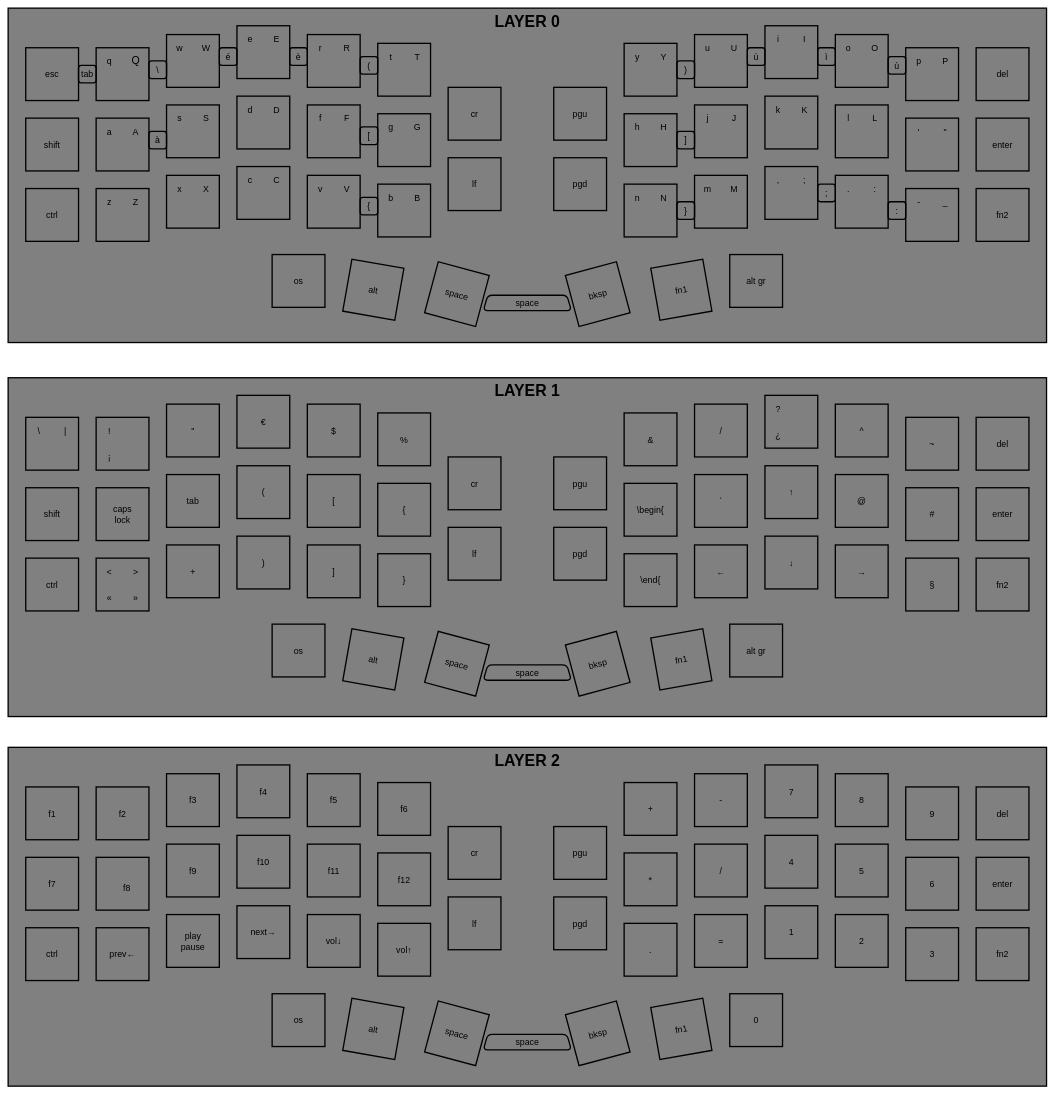
Earlier version of the draw.io diagram layout.dio (dellarosciagiorgio/crkbd). Source tidied: cells renumbered, new cells numbered last; positions are measured from the earlier drawing's top-left corner, leaving out a move shared by most shapes. Both pictures are drawn from the tidied source at 44%, with x=0, y=0 at pixel (8, 8).
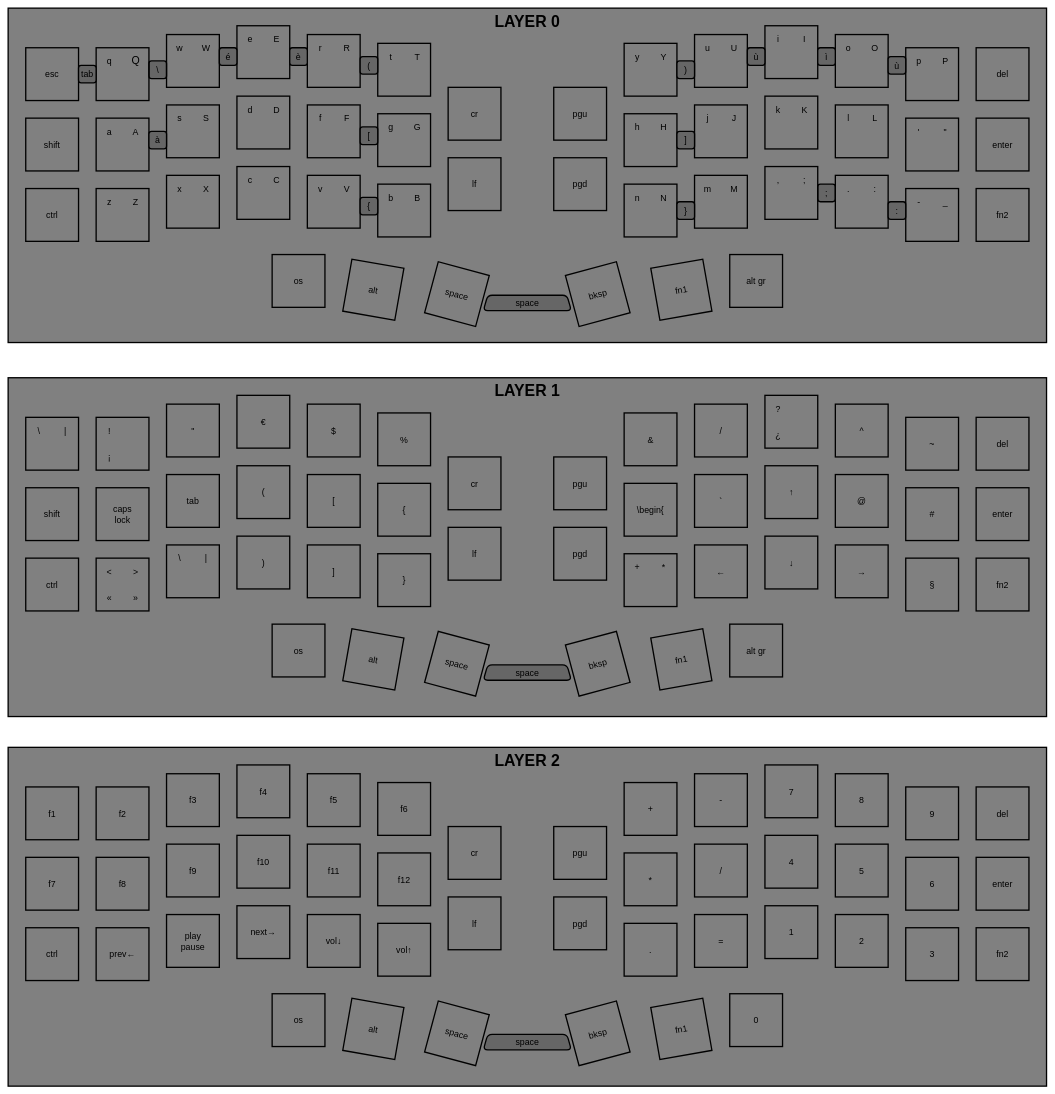
Above is the later version.

Change to the diagram source:
```diff
@@
+    <mxCell id="96" style="rounded=0;whiteSpace=wrap;html=1;fillColor=#808080;strokeWidth=3;strokeColor=#000000;fontColor=default;" parent="1" vertex="1">
+      <mxGeometry y="1680" width="2360" height="770" as="geometry" />
+    </mxCell>
+    <mxCell id="228" style="rounded=1;whiteSpace=wrap;html=1;strokeColor=#000000;strokeWidth=3;fillColor=#666666;fontColor=default;fillStyle=solid;" parent="1" vertex="1">
+      <mxGeometry x="1840" y="400" width="40" height="40" as="geometry" />
+    </mxCell>
+    <mxCell id="343" style="shape=trapezoid;perimeter=trapezoidPerimeter;whiteSpace=wrap;html=1;fixedSize=1;size=10;rounded=1;fillColor=#666666;strokeWidth=3;fillStyle=solid;" parent="1" vertex="1">
+      <mxGeometry x="1080" y="652.5" width="200" height="35" as="geometry" />
+    </mxCell>
+    <mxCell id="345" style="shape=trapezoid;perimeter=trapezoidPerimeter;whiteSpace=wrap;html=1;fixedSize=1;size=10;rounded=1;fillColor=#666666;strokeWidth=3;fillStyle=solid;" parent="1" vertex="1">
+      <mxGeometry x="1080" y="1492.5" width="200" height="35" as="geometry" />
+    </mxCell>
+    <mxCell id="347" style="shape=trapezoid;perimeter=trapezoidPerimeter;whiteSpace=wrap;html=1;fixedSize=1;size=10;rounded=1;fillColor=#666666;strokeWidth=3;fillStyle=solid;" parent="1" vertex="1">
+      <mxGeometry x="1080" y="2332.5" width="200" height="35" as="geometry" />
+    </mxCell>
+    <mxCell id="353" style="rounded=1;whiteSpace=wrap;html=1;strokeColor=#000000;strokeWidth=3;fillColor=#666666;fontColor=default;fillStyle=solid;" parent="1" vertex="1">
+      <mxGeometry x="320" y="120" width="40" height="40" as="geometry" />
+    </mxCell>
@@
-    <mxCell id="96" style="rounded=0;whiteSpace=wrap;html=1;fillColor=#808080;strokeWidth=3;strokeColor=#000000;fontColor=default;" parent="1" vertex="1">
-      <mxGeometry y="1680" width="2360" height="770" as="geometry" />
-    </mxCell>
@@
-    <mxCell id="206" style="rounded=1;whiteSpace=wrap;html=1;strokeColor=#000000;strokeWidth=3;fillColor=none;fontColor=default;" parent="1" vertex="1">
+    <mxCell id="206" style="rounded=1;whiteSpace=wrap;html=1;strokeColor=#000000;strokeWidth=3;fillColor=#666666;fontColor=default;fillStyle=solid;" parent="1" vertex="1">
       <mxGeometry x="800" y="110" width="40" height="40" as="geometry" />
     </mxCell>
@@
-    <mxCell id="208" style="rounded=1;whiteSpace=wrap;html=1;strokeColor=#000000;strokeWidth=3;fillColor=none;fontColor=default;" parent="1" vertex="1">
+    <mxCell id="208" style="rounded=1;whiteSpace=wrap;html=1;strokeColor=#000000;strokeWidth=3;fillColor=#666666;fontColor=default;fillStyle=solid;" parent="1" vertex="1">
       <mxGeometry x="800" y="270" width="40" height="40" as="geometry" />
     </mxCell>
@@
-    <mxCell id="210" style="rounded=1;whiteSpace=wrap;html=1;strokeColor=#000000;strokeWidth=3;fillColor=none;fontColor=default;" parent="1" vertex="1">
+    <mxCell id="210" style="rounded=1;whiteSpace=wrap;html=1;strokeColor=#000000;strokeWidth=3;fillColor=#666666;fontColor=default;fillStyle=solid;" parent="1" vertex="1">
       <mxGeometry x="800" y="430" width="40" height="40" as="geometry" />
     </mxCell>
@@
-    <mxCell id="212" style="rounded=1;whiteSpace=wrap;html=1;strokeColor=#000000;strokeWidth=3;fillColor=none;fontColor=default;" parent="1" vertex="1">
+    <mxCell id="212" style="rounded=1;whiteSpace=wrap;html=1;strokeColor=#000000;strokeWidth=3;fillColor=#666666;fontColor=default;fillStyle=solid;" parent="1" vertex="1">
       <mxGeometry x="1520" y="120" width="40" height="40" as="geometry" />
     </mxCell>
@@
-    <mxCell id="214" style="rounded=1;whiteSpace=wrap;html=1;strokeColor=#000000;strokeWidth=3;fillColor=none;fontColor=default;" parent="1" vertex="1">
+    <mxCell id="214" style="rounded=1;whiteSpace=wrap;html=1;strokeColor=#000000;strokeWidth=3;fillColor=#666666;fontColor=default;fillStyle=solid;" parent="1" vertex="1">
       <mxGeometry x="1520" y="280" width="40" height="40" as="geometry" />
     </mxCell>
@@
-    <mxCell id="216" style="rounded=1;whiteSpace=wrap;html=1;strokeColor=#000000;strokeWidth=3;fillColor=none;fontColor=default;" parent="1" vertex="1">
+    <mxCell id="216" style="rounded=1;whiteSpace=wrap;html=1;strokeColor=#000000;strokeWidth=3;fillColor=#666666;fontColor=default;fillStyle=solid;" parent="1" vertex="1">
       <mxGeometry x="1520" y="440" width="40" height="40" as="geometry" />
     </mxCell>
@@
-    <mxCell id="228" style="rounded=1;whiteSpace=wrap;html=1;strokeColor=#000000;strokeWidth=3;fillColor=none;fontColor=default;" parent="1" vertex="1">
-      <mxGeometry x="1840" y="400" width="40" height="40" as="geometry" />
-    </mxCell>
@@
     <mxCell id="274" value="&lt;font style=&quot;font-size: 20px; color: rgb(0, 0, 0);&quot;&gt;f8&lt;/font&gt;" style="text;html=1;strokeColor=none;fillColor=none;align=center;verticalAlign=middle;whiteSpace=wrap;rounded=0;strokeWidth=1;fontFamily=Cascadia Code;fontColor=default;" parent="1" vertex="1">
-      <mxGeometry x="240" y="1970" width="60" height="60" as="geometry" />
+      <mxGeometry x="230" y="1960" width="60" height="60" as="geometry" />
     </mxCell>
@@
-    <mxCell id="325" style="rounded=1;whiteSpace=wrap;html=1;strokeColor=#000000;strokeWidth=3;fillColor=none;fontColor=default;" parent="1" vertex="1">
+    <mxCell id="325" style="rounded=1;whiteSpace=wrap;html=1;strokeColor=#000000;strokeWidth=3;fillColor=#666666;fontColor=default;fillStyle=solid;" parent="1" vertex="1">
       <mxGeometry x="480" y="90" width="40" height="40" as="geometry" />
     </mxCell>
@@
-    <mxCell id="327" style="rounded=1;whiteSpace=wrap;html=1;strokeColor=#000000;strokeWidth=3;fillColor=none;fontColor=default;" parent="1" vertex="1">
+    <mxCell id="327" style="rounded=1;whiteSpace=wrap;html=1;strokeColor=#000000;strokeWidth=3;fillColor=#666666;fontColor=default;fillStyle=solid;" parent="1" vertex="1">
       <mxGeometry x="640" y="90" width="40" height="40" as="geometry" />
     </mxCell>
@@
-    <mxCell id="329" style="rounded=1;whiteSpace=wrap;html=1;strokeColor=#000000;strokeWidth=3;fillColor=none;fontColor=default;" parent="1" vertex="1">
+    <mxCell id="329" style="rounded=1;whiteSpace=wrap;html=1;strokeColor=#000000;strokeWidth=3;fillColor=#666666;fontColor=default;fillStyle=solid;" parent="1" vertex="1">
       <mxGeometry x="320" y="280" width="40" height="40" as="geometry" />
     </mxCell>
@@
-    <mxCell id="331" style="rounded=1;whiteSpace=wrap;html=1;strokeColor=#000000;strokeWidth=3;fillColor=none;fontColor=default;" parent="1" vertex="1">
+    <mxCell id="331" style="rounded=1;whiteSpace=wrap;html=1;strokeColor=#000000;strokeWidth=3;fillColor=#666666;fontColor=default;fillStyle=solid;" parent="1" vertex="1">
       <mxGeometry x="1680" y="90" width="40" height="40" as="geometry" />
     </mxCell>
@@
-    <mxCell id="333" style="rounded=1;whiteSpace=wrap;html=1;strokeColor=#000000;strokeWidth=3;fillColor=none;fontColor=default;" parent="1" vertex="1">
+    <mxCell id="333" style="rounded=1;whiteSpace=wrap;html=1;strokeColor=#000000;strokeWidth=3;fillColor=#666666;fontColor=default;fillStyle=solid;" parent="1" vertex="1">
       <mxGeometry x="1840" y="90" width="40" height="40" as="geometry" />
     </mxCell>
@@
-    <mxCell id="335" style="rounded=1;whiteSpace=wrap;html=1;strokeColor=#000000;strokeWidth=3;fillColor=none;fontColor=default;" parent="1" vertex="1">
+    <mxCell id="335" style="rounded=1;whiteSpace=wrap;html=1;strokeColor=#000000;strokeWidth=3;fillColor=#666666;fontColor=default;fillStyle=solid;" parent="1" vertex="1">
       <mxGeometry x="2000" y="110" width="40" height="40" as="geometry" />
     </mxCell>
@@
-    <mxCell id="339" style="rounded=1;whiteSpace=wrap;html=1;strokeColor=#000000;strokeWidth=3;fillColor=none;fontColor=default;" parent="1" vertex="1">
+    <mxCell id="339" style="rounded=1;whiteSpace=wrap;html=1;strokeColor=#000000;strokeWidth=3;fillColor=#666666;fontColor=default;fillStyle=solid;" parent="1" vertex="1">
       <mxGeometry x="160" y="130" width="40" height="40" as="geometry" />
     </mxCell>
@@
-    <mxCell id="341" value="&lt;font style=&quot;font-size: 20px; color: rgb(0, 0, 0);&quot;&gt;\end{&lt;/font&gt;" style="text;html=1;strokeColor=none;fillColor=none;align=center;verticalAlign=middle;whiteSpace=wrap;rounded=0;strokeWidth=1;fontFamily=Cascadia Code;fontColor=default;" parent="1" vertex="1">
-      <mxGeometry x="1430" y="1270" width="60" height="60" as="geometry" />
-    </mxCell>
@@
-    <mxCell id="343" style="shape=trapezoid;perimeter=trapezoidPerimeter;whiteSpace=wrap;html=1;fixedSize=1;size=10;rounded=1;fillColor=none;strokeWidth=3;" parent="1" vertex="1">
-      <mxGeometry x="1080" y="652.5" width="200" height="35" as="geometry" />
-    </mxCell>
@@
-    <mxCell id="345" style="shape=trapezoid;perimeter=trapezoidPerimeter;whiteSpace=wrap;html=1;fixedSize=1;size=10;rounded=1;fillColor=none;strokeWidth=3;" parent="1" vertex="1">
-      <mxGeometry x="1080" y="1492.5" width="200" height="35" as="geometry" />
-    </mxCell>
@@
-    <mxCell id="347" style="shape=trapezoid;perimeter=trapezoidPerimeter;whiteSpace=wrap;html=1;fixedSize=1;size=10;rounded=1;fillColor=none;strokeWidth=3;" parent="1" vertex="1">
-      <mxGeometry x="1080" y="2332.5" width="200" height="35" as="geometry" />
-    </mxCell>
-    <mxCell id="348" style="rounded=1;whiteSpace=wrap;html=1;strokeColor=#000000;strokeWidth=3;fillColor=none;fontColor=default;" parent="1" vertex="1">
+    <mxCell id="348" style="rounded=1;whiteSpace=wrap;html=1;strokeColor=#000000;strokeWidth=3;fillColor=#666666;fontColor=default;fillStyle=solid;" parent="1" vertex="1">
       <mxGeometry x="2000" y="440" width="40" height="40" as="geometry" />
     </mxCell>
@@
-    <mxCell id="353" style="rounded=1;whiteSpace=wrap;html=1;strokeColor=#000000;strokeWidth=3;fillColor=none;fontColor=default;" parent="1" vertex="1">
-      <mxGeometry x="320" y="120" width="40" height="40" as="geometry" />
-    </mxCell>
@@
-    <mxCell id="355" value="&lt;font style=&quot;color: rgb(0, 0, 0);&quot;&gt;&lt;b&gt;LAYER 0&lt;/b&gt;&lt;/font&gt;" style="text;html=1;strokeColor=none;fillColor=none;align=center;verticalAlign=middle;whiteSpace=wrap;rounded=0;strokeWidth=1;fontFamily=Cascadia Code;fontColor=#000000;fontSize=36;" parent="1" vertex="1">
+    <mxCell id="355" value="LAYER 0" style="text;strokeColor=none;fillColor=none;align=center;verticalAlign=middle;rounded=0;strokeWidth=1;fontFamily=Cascadia Code;fontColor=light-dark(#000000,#EDEDED);fontSize=36;labelBackgroundColor=none;labelBorderColor=none;html=1;fontStyle=1;whiteSpace=wrap;" parent="1" vertex="1">
       <mxGeometry width="2360" height="60" as="geometry" />
     </mxCell>
-    <mxCell id="356" value="&lt;font style=&quot;color: rgb(0, 0, 0);&quot;&gt;&lt;b&gt;LAYER 1&lt;/b&gt;&lt;/font&gt;" style="text;html=1;strokeColor=none;fillColor=none;align=center;verticalAlign=middle;whiteSpace=wrap;rounded=0;strokeWidth=1;fontFamily=Cascadia Code;fontColor=default;fontSize=36;" parent="1" vertex="1">
+    <mxCell id="356" value="LAYER 1" style="text;strokeColor=none;fillColor=none;align=center;verticalAlign=middle;rounded=0;strokeWidth=1;fontFamily=Cascadia Code;fontColor=default;fontSize=36;fontStyle=1;whiteSpace=wrap;html=1;" parent="1" vertex="1">
       <mxGeometry y="840" width="2360" height="60" as="geometry" />
     </mxCell>
-    <mxCell id="357" value="&lt;font style=&quot;color: rgb(0, 0, 0);&quot;&gt;&lt;b&gt;LAYER 2&lt;/b&gt;&lt;/font&gt;" style="text;html=1;strokeColor=none;fillColor=none;align=center;verticalAlign=middle;whiteSpace=wrap;rounded=0;strokeWidth=1;fontFamily=Cascadia Code;fontColor=default;fontSize=36;" parent="1" vertex="1">
+    <mxCell id="357" value="LAYER 2" style="text;strokeColor=none;fillColor=none;align=center;verticalAlign=middle;rounded=0;strokeWidth=1;fontFamily=Cascadia Code;fontColor=default;fontSize=36;fontStyle=1;whiteSpace=wrap;html=1;" parent="1" vertex="1">
       <mxGeometry y="1680" width="2360" height="60" as="geometry" />
     </mxCell>
     <mxCell id="358" value="&lt;font style=&quot;font-size: 20px; color: rgb(0, 0, 0);&quot;&gt;+&lt;/font&gt;" style="text;html=1;strokeColor=none;fillColor=none;align=center;verticalAlign=middle;whiteSpace=wrap;rounded=0;strokeWidth=1;fontFamily=Cascadia Code;fontColor=default;rotation=0;" parent="1" vertex="1">
-      <mxGeometry x="390" y="1250" width="60" height="60" as="geometry" />
+      <mxGeometry x="1400" y="1240" width="60" height="60" as="geometry" />
     </mxCell>
+    <mxCell id="359" value="&lt;font style=&quot;font-size: 20px; color: rgb(0, 0, 0);&quot;&gt;*&lt;/font&gt;" style="text;html=1;strokeColor=none;fillColor=none;align=center;verticalAlign=middle;whiteSpace=wrap;rounded=0;strokeWidth=1;fontFamily=Cascadia Code;fontColor=default;rotation=0;" parent="1" vertex="1">
+      <mxGeometry x="1460" y="1240" width="60" height="60" as="geometry" />
+    </mxCell>
+    <mxCell id="360" value="&lt;font style=&quot;font-size: 20px; color: rgb(0, 0, 0);&quot;&gt;\&lt;/font&gt;" style="text;html=1;strokeColor=none;fillColor=none;align=center;verticalAlign=middle;whiteSpace=wrap;rounded=0;strokeWidth=1;fontFamily=Cascadia Code;fontColor=default;" parent="1" vertex="1">
+      <mxGeometry x="360" y="1220" width="60" height="60" as="geometry" />
+    </mxCell>
+    <mxCell id="361" value="&lt;font style=&quot;font-size: 20px; color: rgb(0, 0, 0);&quot;&gt;|&lt;/font&gt;" style="text;html=1;strokeColor=none;fillColor=none;align=center;verticalAlign=middle;whiteSpace=wrap;rounded=0;strokeWidth=1;fontFamily=Cascadia Code;fontColor=default;" parent="1" vertex="1">
+      <mxGeometry x="420" y="1220" width="60" height="60" as="geometry" />
+    </mxCell>
```
